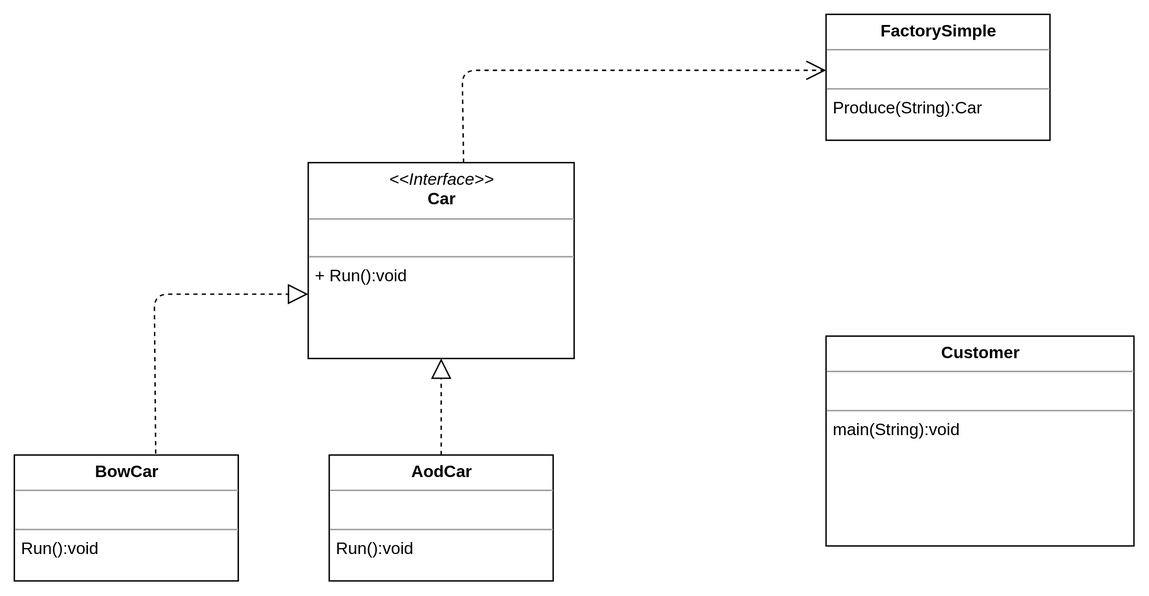
ourfor/JavaReview keeps this draw.io diagram as DesignPatterns/FactorySimple/FactorySimple.svg. Above is the earlier version. Source tidied: cells renumbered, new cells last; positions are measured from the earlier drawing's top-left corner, leaving out a move shared by most shapes.
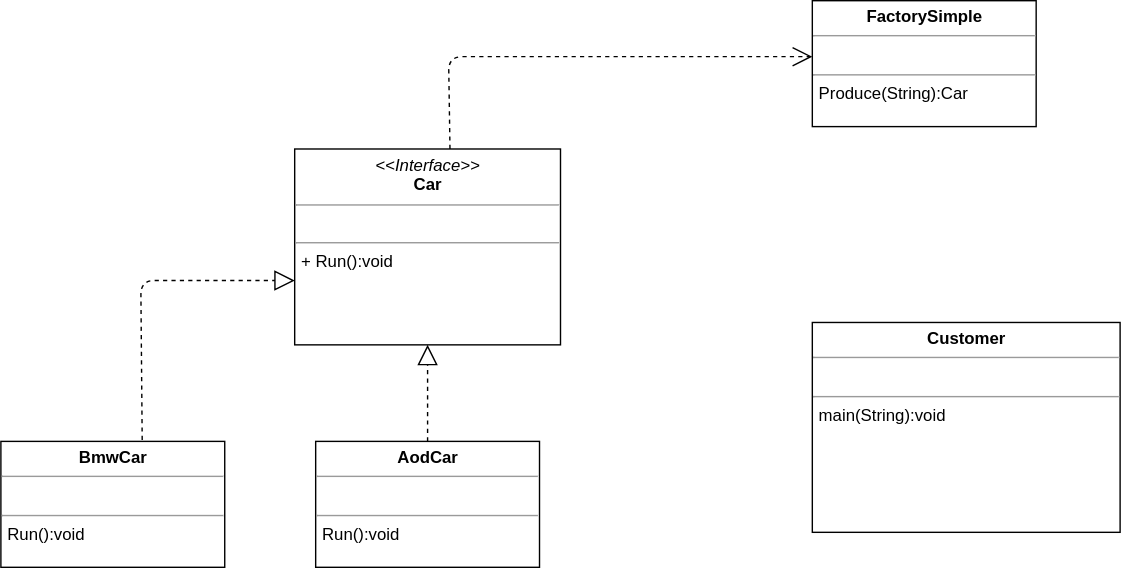
After the commit.

Diff of the diagram source:
```diff
@@ -5,7 +5,7 @@
     <mxCell id="2" value="&lt;p style=&quot;margin: 0px ; margin-top: 4px ; text-align: center&quot;&gt;&lt;i&gt;&amp;lt;&amp;lt;Interface&amp;gt;&amp;gt;&lt;/i&gt;&lt;br&gt;&lt;b&gt;Car&lt;/b&gt;&lt;/p&gt;&lt;hr size=&quot;1&quot;&gt;&lt;p style=&quot;margin: 0px ; margin-left: 4px&quot;&gt;&lt;br&gt;&lt;/p&gt;&lt;hr size=&quot;1&quot;&gt;&lt;p style=&quot;margin: 0px ; margin-left: 4px&quot;&gt;+ Run():void&lt;br&gt;&lt;/p&gt;" style="verticalAlign=top;align=left;overflow=fill;fontSize=12;fontFamily=Helvetica;html=1;rounded=0;shadow=0;comic=0;labelBackgroundColor=none;strokeColor=#000000;strokeWidth=1;fillColor=#ffffff;" parent="1" vertex="1">
       <mxGeometry x="210" y="106" width="190" height="140" as="geometry" />
     </mxCell>
-    <mxCell id="3" value="&lt;p style=&quot;margin: 0px ; margin-top: 4px ; text-align: center&quot;&gt;&lt;b&gt;BowCar&lt;/b&gt;&lt;/p&gt;&lt;hr size=&quot;1&quot;&gt;&lt;p style=&quot;margin: 0px ; margin-left: 4px&quot;&gt;&lt;br&gt;&lt;/p&gt;&lt;hr size=&quot;1&quot;&gt;&lt;p style=&quot;margin: 0px ; margin-left: 4px&quot;&gt;Run():void&lt;/p&gt;" style="verticalAlign=top;align=left;overflow=fill;fontSize=12;fontFamily=Helvetica;html=1;" parent="1" vertex="1">
+    <mxCell id="3" value="&lt;p style=&quot;margin: 0px ; margin-top: 4px ; text-align: center&quot;&gt;&lt;b&gt;BmwCar&lt;/b&gt;&lt;/p&gt;&lt;hr size=&quot;1&quot;&gt;&lt;p style=&quot;margin: 0px ; margin-left: 4px&quot;&gt;&lt;br&gt;&lt;/p&gt;&lt;hr size=&quot;1&quot;&gt;&lt;p style=&quot;margin: 0px ; margin-left: 4px&quot;&gt;Run():void&lt;/p&gt;" style="verticalAlign=top;align=left;overflow=fill;fontSize=12;fontFamily=Helvetica;html=1;" parent="1" vertex="1">
       <mxGeometry y="315" width="160" height="90" as="geometry" />
     </mxCell>
     <mxCell id="4" value="&lt;p style=&quot;margin: 0px ; margin-top: 4px ; text-align: center&quot;&gt;&lt;b&gt;AodCar&lt;/b&gt;&lt;/p&gt;&lt;hr size=&quot;1&quot;&gt;&lt;p style=&quot;margin: 0px ; margin-left: 4px&quot;&gt;&lt;br&gt;&lt;/p&gt;&lt;hr size=&quot;1&quot;&gt;&lt;p style=&quot;margin: 0px ; margin-left: 4px&quot;&gt;Run():void&lt;/p&gt;" style="verticalAlign=top;align=left;overflow=fill;fontSize=12;fontFamily=Helvetica;html=1;" parent="1" vertex="1">
```
